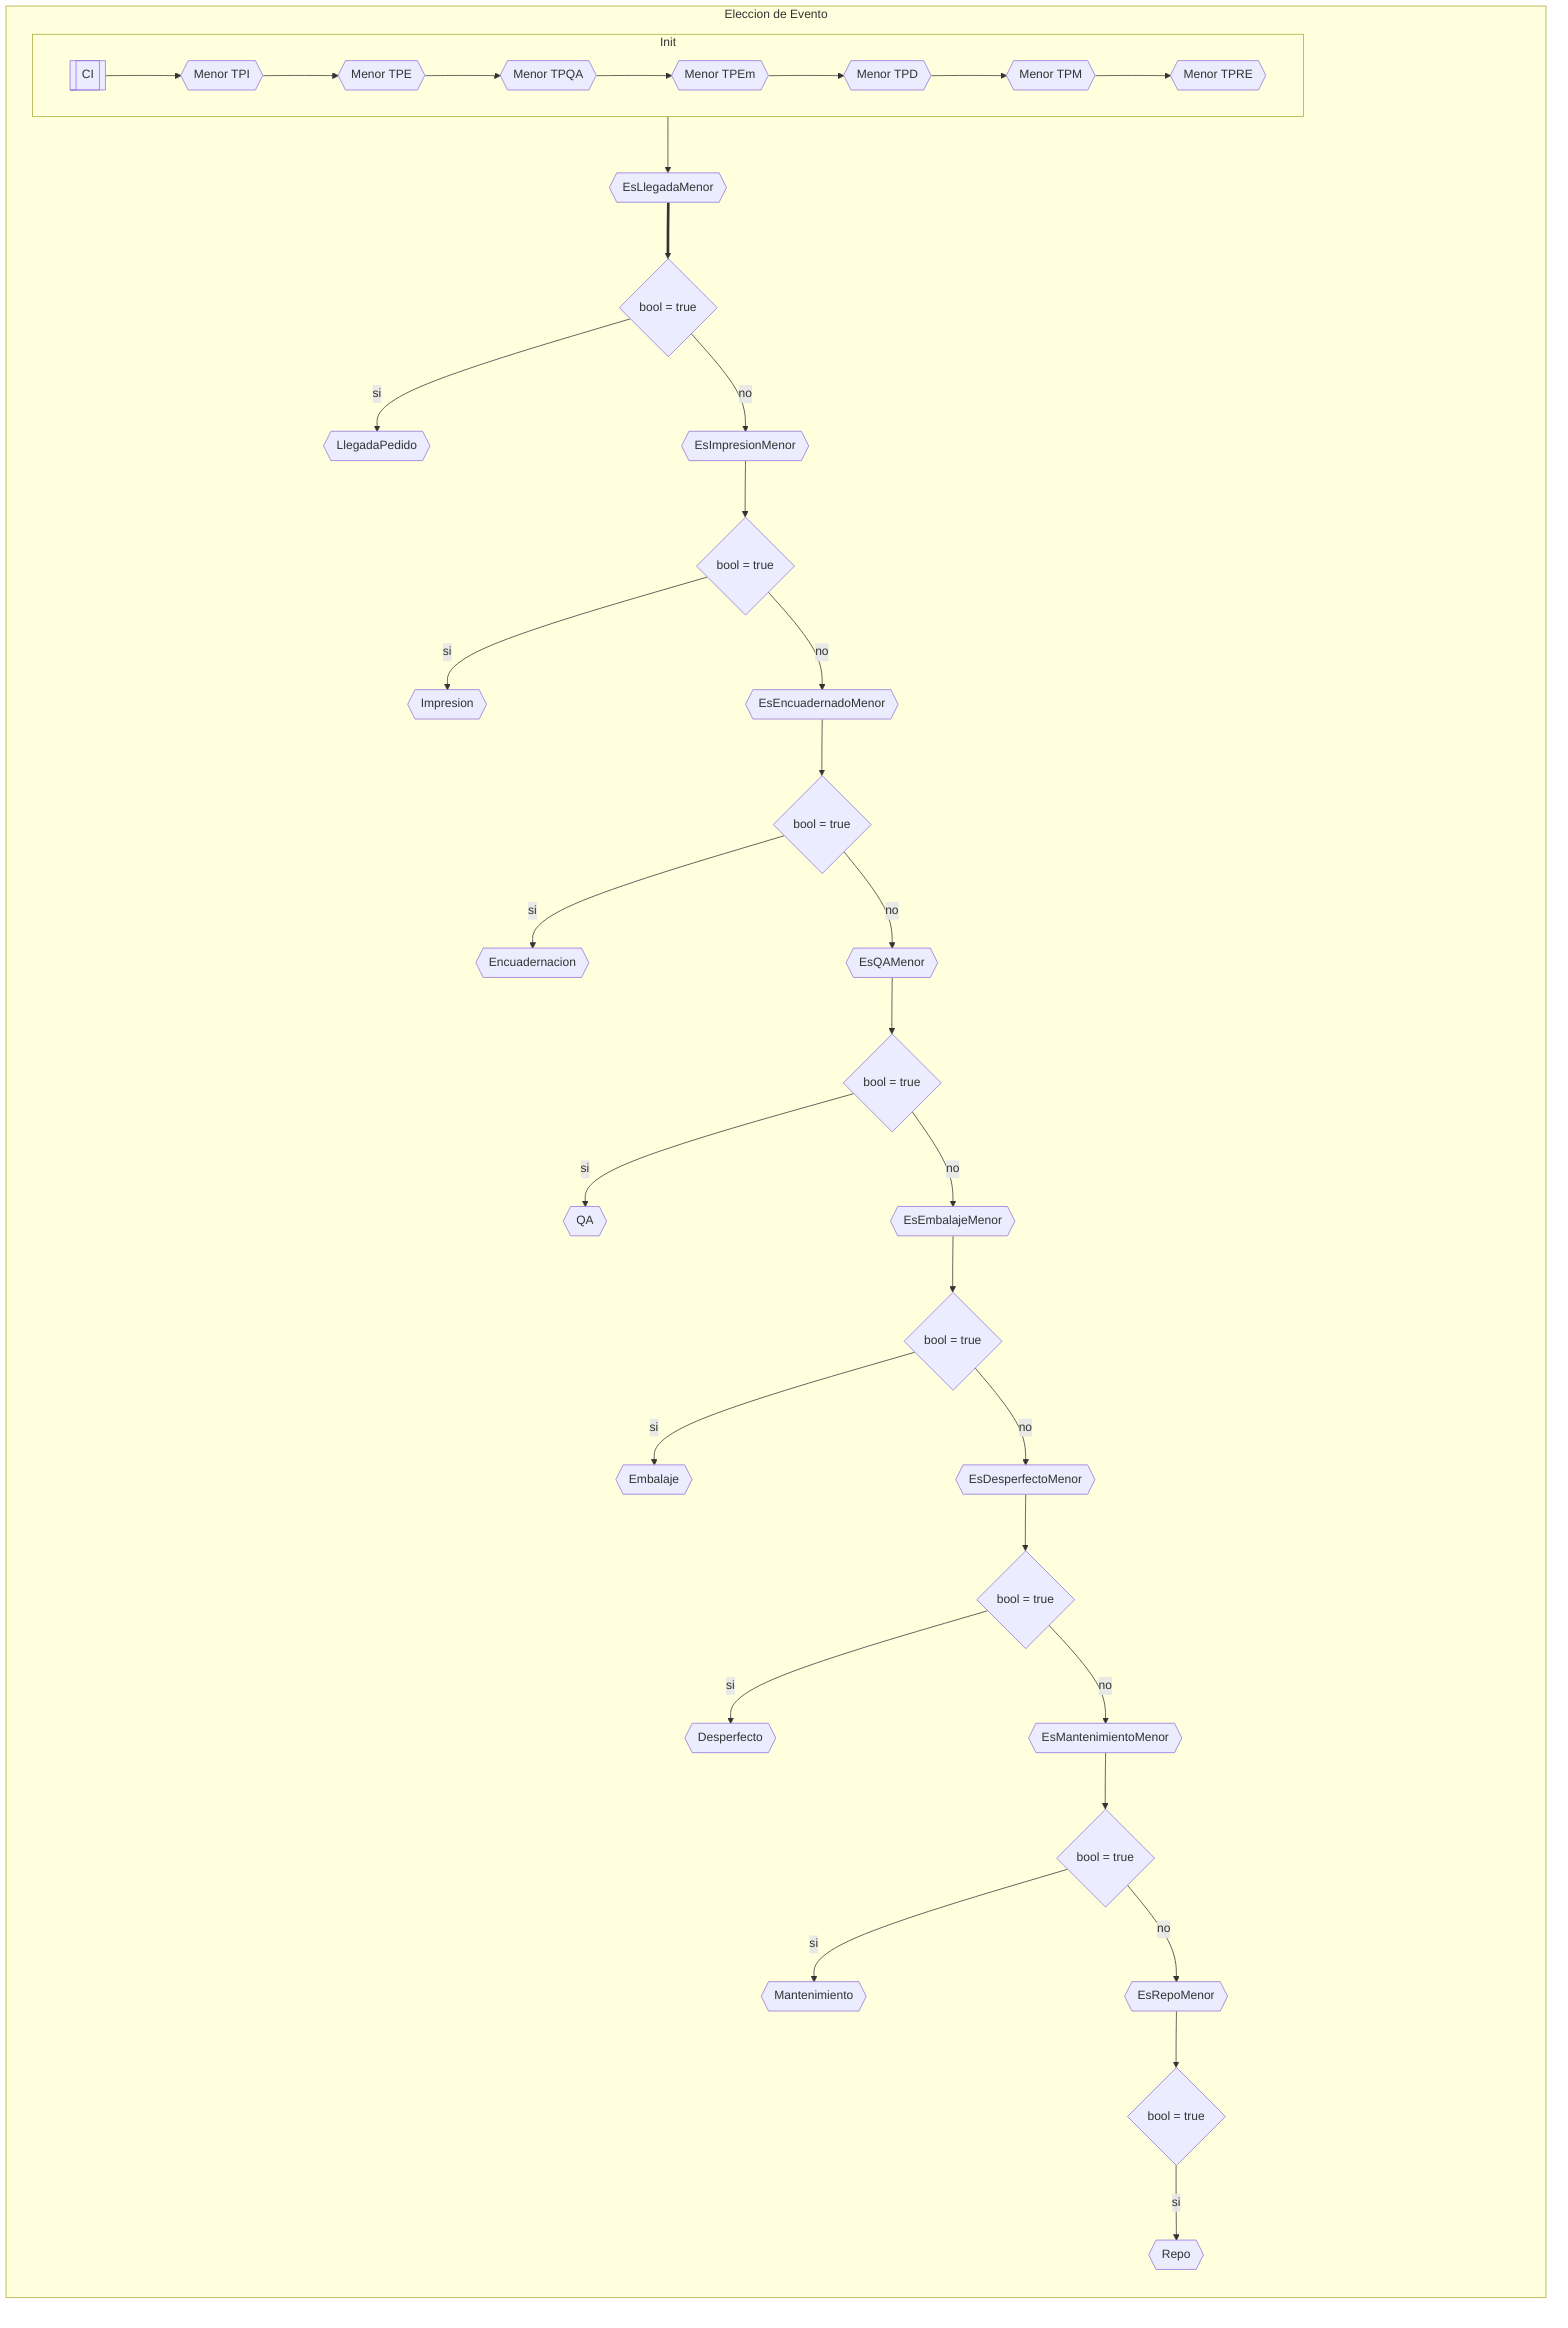
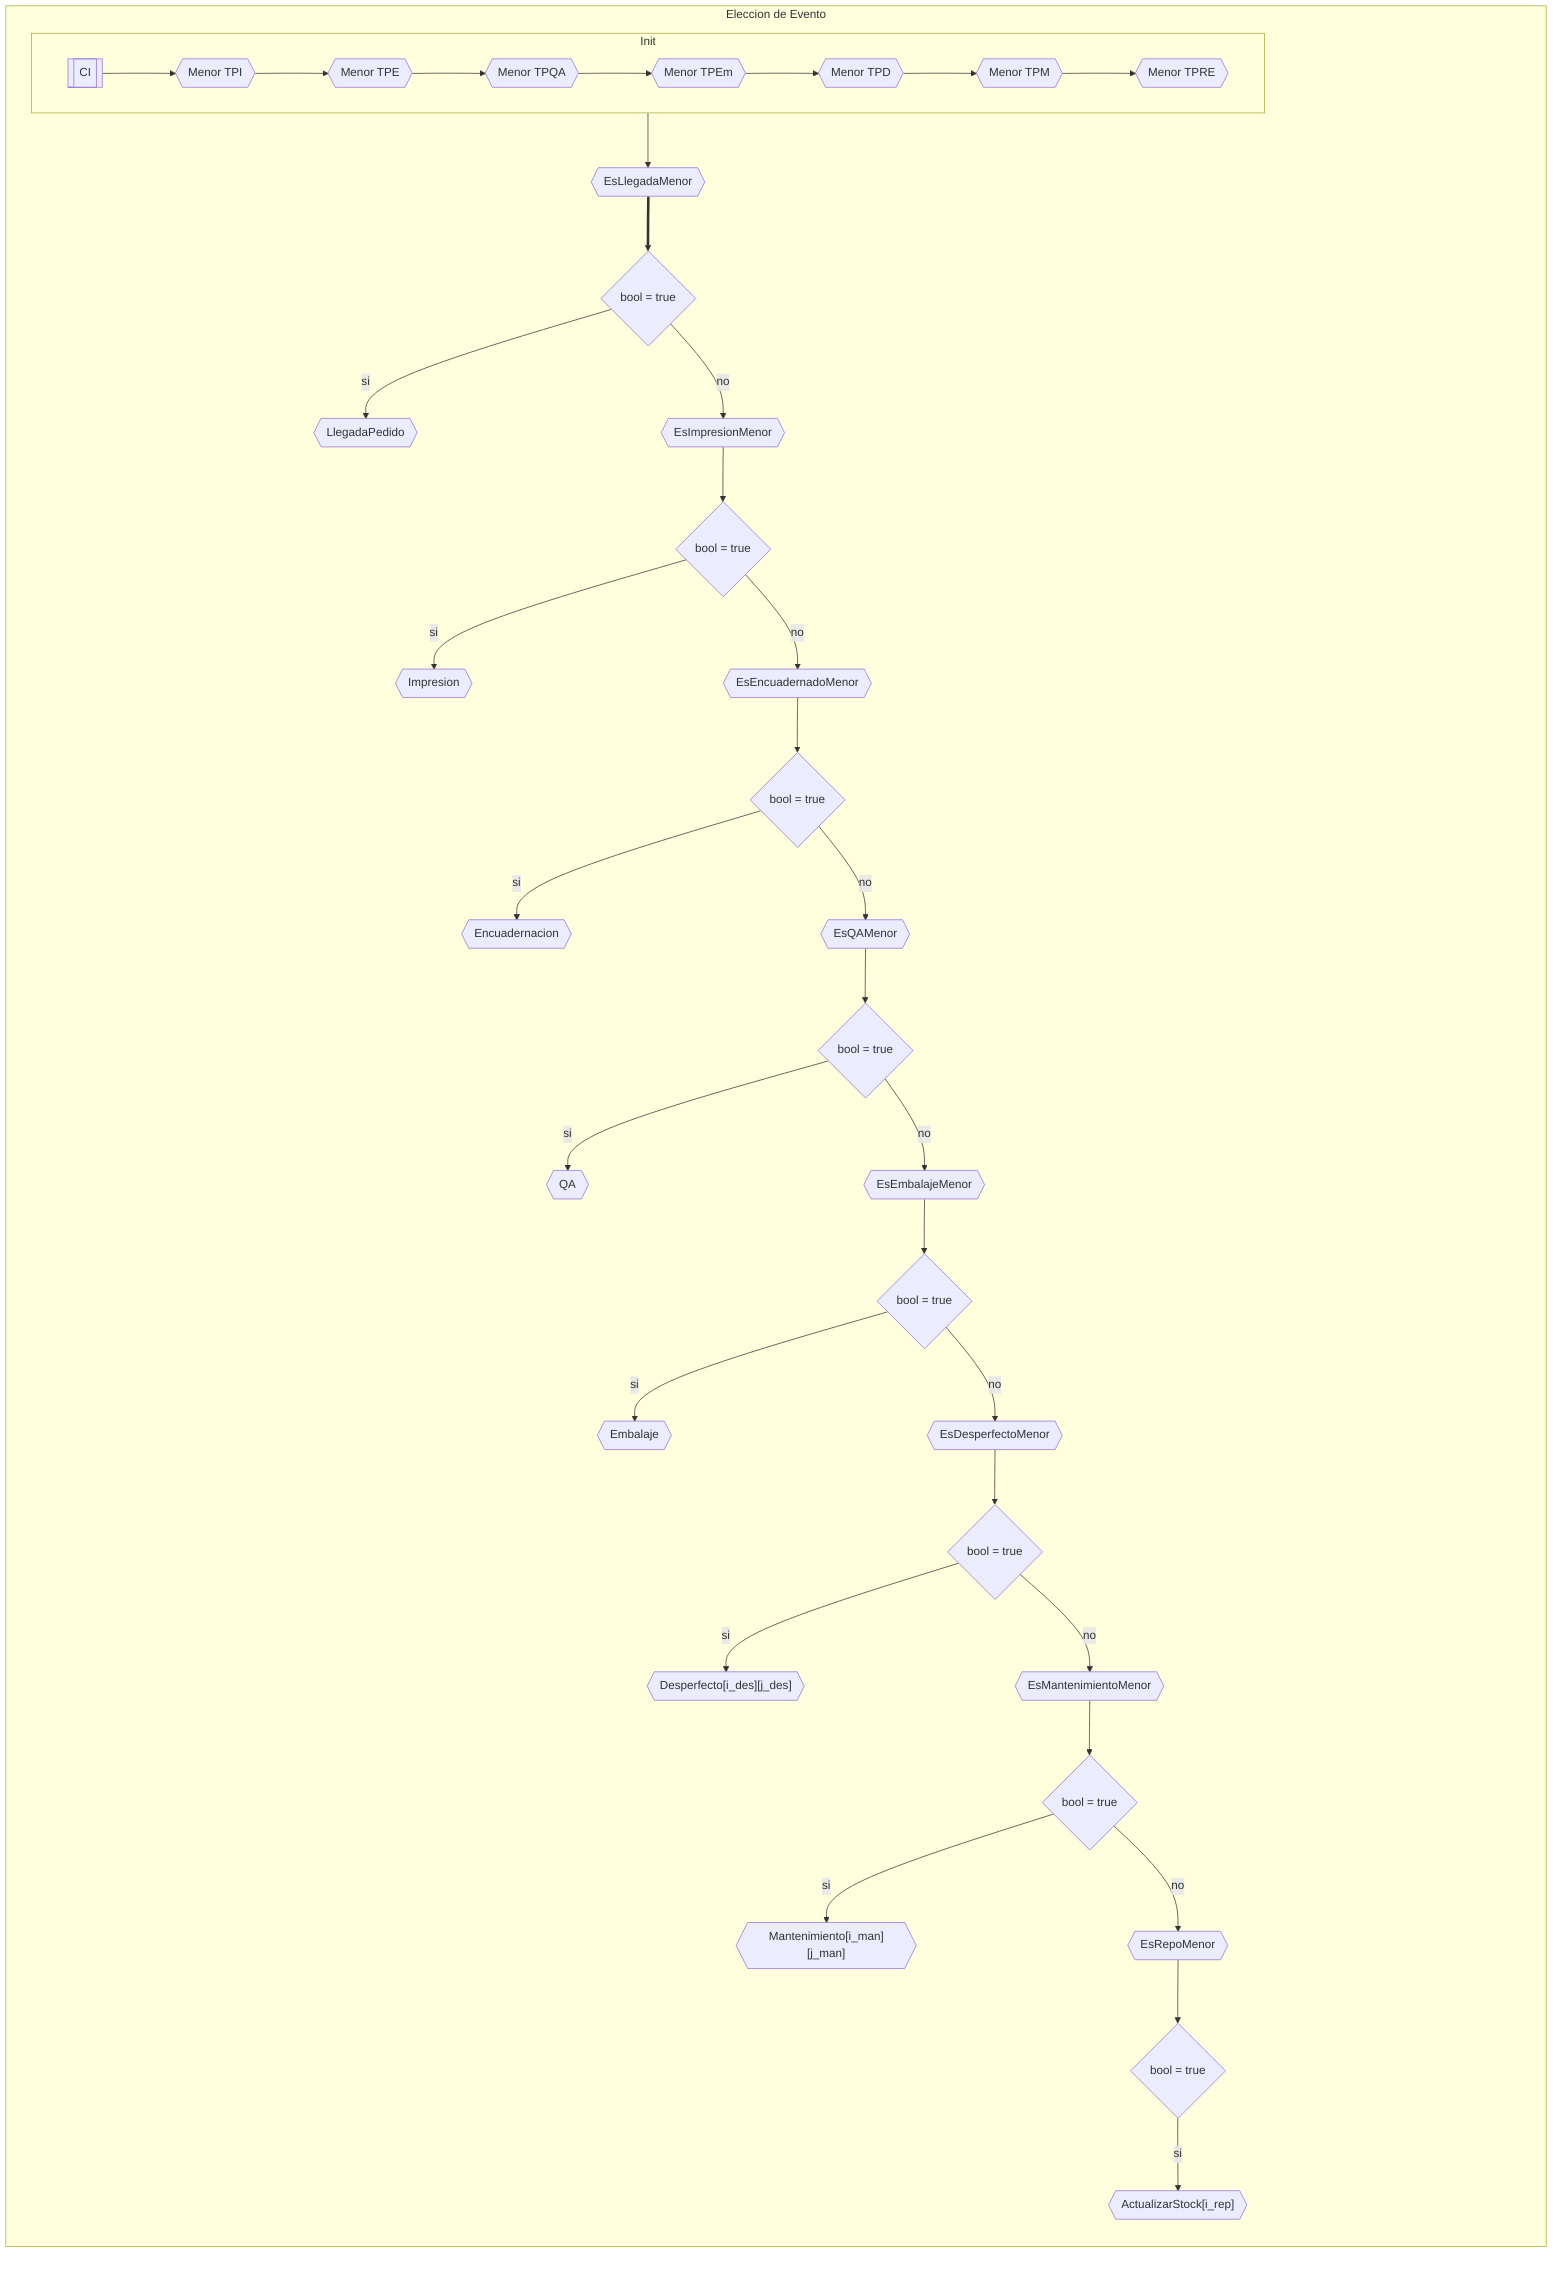
flowchart TD
    direction TD
    subgraph Init
    CI[[CI]] --> Impresion{{Menor TPI}} --> Encuadernacion{{Menor TPE}} --> QA{{Menor TPQA}} --> Embalaje{{Menor TPEm}} --> Desperfecto{{Menor TPD}} --> Mantenimiento{{Menor TPM}} --> Repo{{Menor TPRE}}
    end

    subgraph Eleccion de Evento
    direction TD
    Init{{Init}} --> MenorLlegada{{EsLlegadaMenor}}
    MenorLlegada ==> if{bool = true}
    if --> |si| Llegada{{LlegadaPedido}}
    if --> |no| EsImpresionMenor{{EsImpresionMenor}}
    EsImpresionMenor --> if2{bool = true}
    if2 --> |si| Impresion2{{Impresion}}
    if2 --> |no| EsEncuadernadoMenor{{EsEncuadernadoMenor}}
    EsEncuadernadoMenor --> if3{bool = true}
    if3 --> |si| Encuadernacion2{{Encuadernacion}}
    if3 --> |no| EsQAMenor{{EsQAMenor}}
    EsQAMenor --> if4{bool = true}
    if4 --> |si| QA2{{QA}}
    if4 --> |no| EsEmbalajeMenor{{EsEmbalajeMenor}}
    EsEmbalajeMenor --> if5{bool = true}
    if5 --> |si| Embalaje2{{Embalaje}}
    if5 --> |no| EsDesperfectoMenor{{EsDesperfectoMenor}}
    EsDesperfectoMenor --> if7{bool = true}
-     if7 --> |si| Desperfecto2{{Desperfecto}}
+     if7 --> |si| Desperfecto2{{"Desperfecto[i_des][j_des]"}}
    if7 --> |no| EsMantenimientoMenor{{EsMantenimientoMenor}}
    EsMantenimientoMenor --> if8{bool = true}
-     if8 --> |si| Mantenimiento2{{Mantenimiento}}
+     if8 --> |si| Mantenimiento2{{"Mantenimiento[i_man][j_man]"}}
    if8 --> |no| EsRepoMenor{{EsRepoMenor}}
    EsRepoMenor --> if9{bool = true}
-     if9 --> |si| Repo2{{Repo}}
+     if9 --> |si| Repo2{{"ActualizarStock[i_rep]"}}
    end
